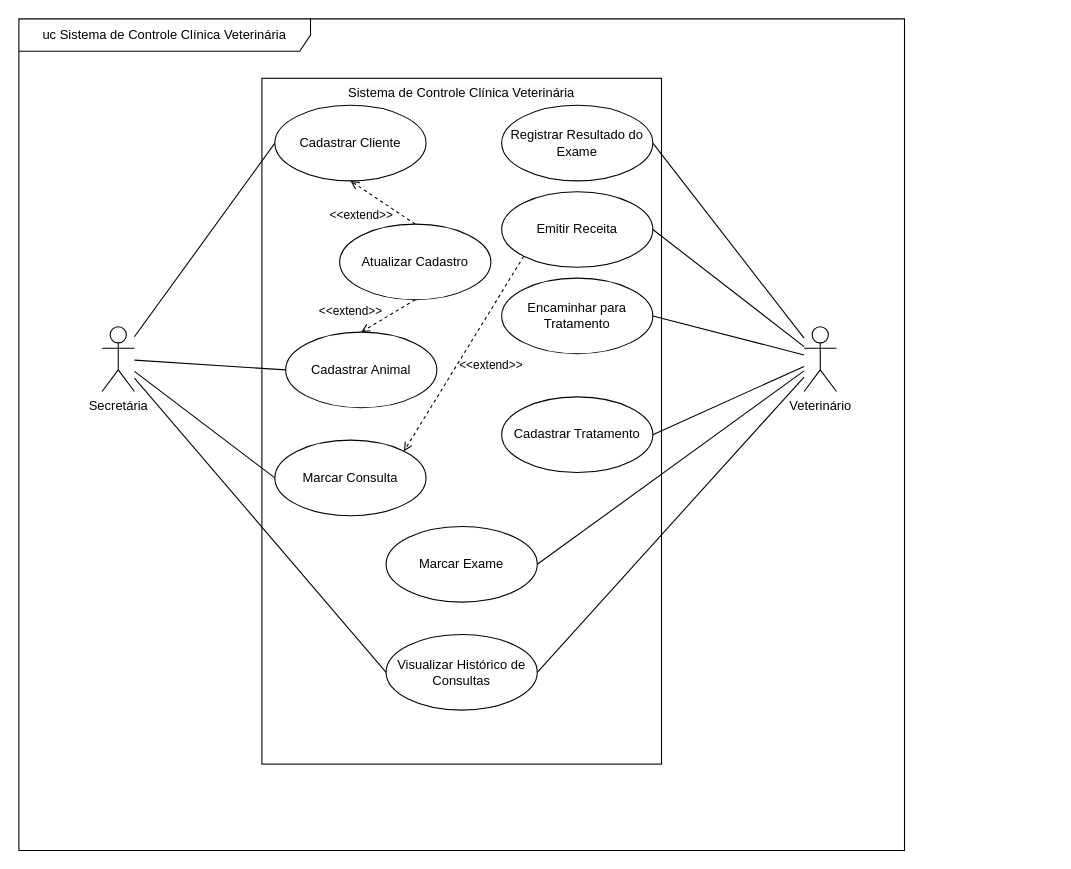
The draw.io diagram UC-Clinica-Veterinária(PDS).drawio in Beneilton-Martins/Sistema-de-Controle-de-Cl-nica-Veterin-ria, before the edit. Source tidied: cells renumbered, new cells numbered last; positions are measured from the earlier drawing's top-left corner, leaving out a move shared by most shapes. Both pictures are drawn from the tidied source at 108%, with x=0, y=0 at pixel (18, 18).
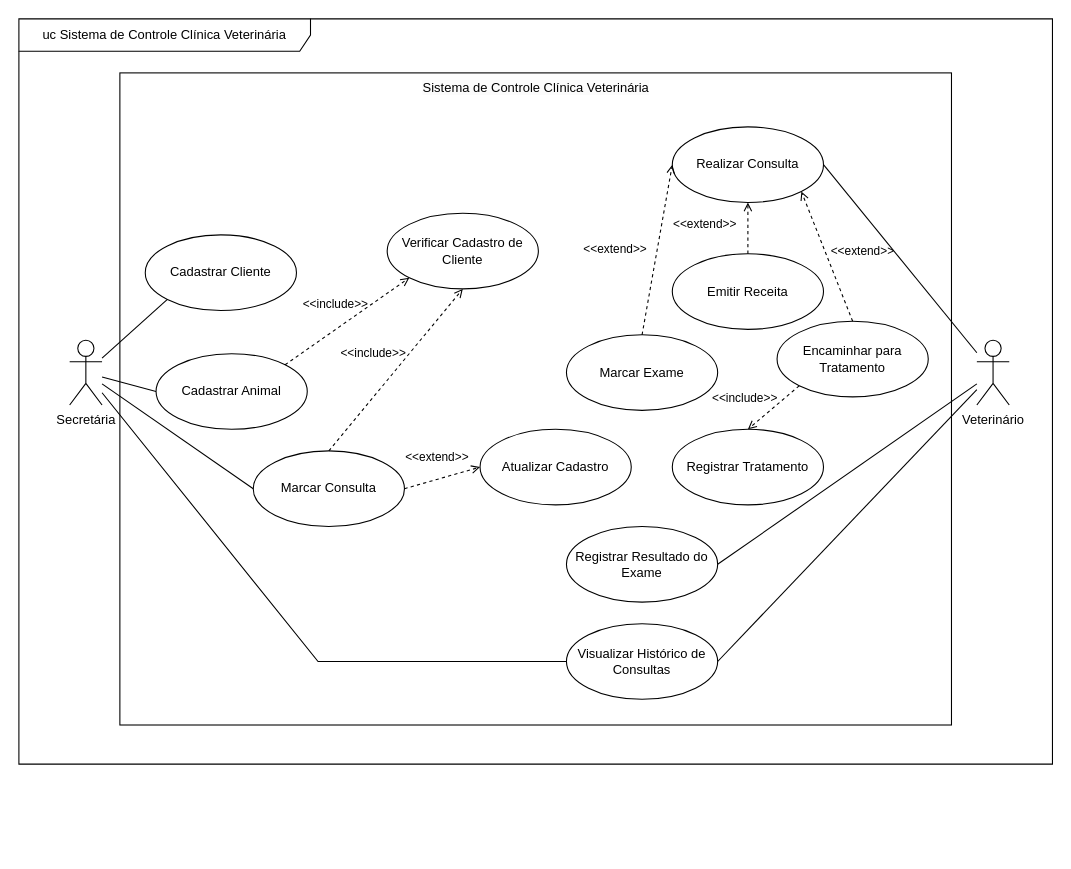
The same diagram, later.

What changed in the source:
```diff
@@
     <mxCell id="2" value="&lt;span style=&quot;color: rgb(0, 0, 0); font-family: Helvetica; font-size: 12px; font-style: normal; font-variant-ligatures: normal; font-variant-caps: normal; font-weight: 400; letter-spacing: normal; orphans: 2; text-align: center; text-indent: 0px; text-transform: none; widows: 2; word-spacing: 0px; -webkit-text-stroke-width: 0px; background-color: rgb(251, 251, 251); text-decoration-thickness: initial; text-decoration-style: initial; text-decoration-color: initial; float: none; display: inline !important;&quot;&gt;Sistema de Controle Clínica Veterinária&lt;/span&gt;" style="html=1;whiteSpace=wrap;align=center;verticalAlign=top;" parent="1" vertex="1">
-      <mxGeometry x="225" y="55" width="370" height="635" as="geometry" />
+      <mxGeometry x="93.5" y="50" width="770" height="603.8" as="geometry" />
     </mxCell>
     <mxCell id="3" value="Veterinário" style="shape=umlActor;verticalLabelPosition=bottom;verticalAlign=top;html=1;" parent="1" vertex="1">
-      <mxGeometry x="727" y="285" width="30" height="60" as="geometry" />
+      <mxGeometry x="887" y="297.5" width="30" height="60" as="geometry" />
     </mxCell>
@@
     <mxCell id="5" value="Cadastrar Animal" style="ellipse;whiteSpace=wrap;html=1;" parent="1" vertex="1">
-      <mxGeometry x="247" y="290" width="140" height="70" as="geometry" />
+      <mxGeometry x="127" y="310" width="140" height="70" as="geometry" />
     </mxCell>
     <mxCell id="6" value="uc Sistema de Controle Clínica Veterinária" style="shape=umlFrame;whiteSpace=wrap;html=1;width=270;height=30;" parent="1" vertex="1">
-      <mxGeometry width="820" height="770" as="geometry" />
+      <mxGeometry width="957" height="690" as="geometry" />
     </mxCell>
     <mxCell id="7" value="Secretária" style="shape=umlActor;verticalLabelPosition=bottom;verticalAlign=top;html=1;" parent="1" vertex="1">
-      <mxGeometry x="77" y="285" width="30" height="60" as="geometry" />
+      <mxGeometry x="47" y="297.5" width="30" height="60" as="geometry" />
     </mxCell>
     <mxCell id="8" value="Atualizar Cadastro" style="ellipse;whiteSpace=wrap;html=1;verticalAlign=middle;" parent="1" vertex="1">
-      <mxGeometry x="297" y="190" width="140" height="70" as="geometry" />
+      <mxGeometry x="427" y="380" width="140" height="70" as="geometry" />
     </mxCell>
-    <mxCell id="9" style="rounded=0;jettySize=auto;html=1;exitX=0;exitY=0.5;exitDx=0;exitDy=0;endArrow=none;endFill=0;" parent="1" edge="1" source="10" target="7">
+    <mxCell id="9" style="rounded=0;jettySize=auto;html=1;exitX=0;exitY=1;exitDx=0;exitDy=0;endArrow=none;endFill=0;" parent="1" edge="1" source="10" target="7">
       <mxGeometry relative="1" as="geometry" />
     </mxCell>
     <mxCell id="10" value="Cadastrar Cliente" style="ellipse;whiteSpace=wrap;html=1;" parent="1" vertex="1">
-      <mxGeometry x="237" y="80" width="140" height="70" as="geometry" />
+      <mxGeometry x="117" y="200" width="140" height="70" as="geometry" />
     </mxCell>
     <mxCell id="11" value="Marcar Consulta" style="ellipse;whiteSpace=wrap;html=1;" parent="1" vertex="1">
-      <mxGeometry x="237" y="390" width="140" height="70" as="geometry" />
+      <mxGeometry x="217" y="400" width="140" height="70" as="geometry" />
     </mxCell>
-    <mxCell id="12" style="rounded=0;jettySize=auto;html=1;exitX=1;exitY=0.5;exitDx=0;exitDy=0;endArrow=none;endFill=0;" parent="1" edge="1" source="13" target="3">
-      <mxGeometry relative="1" as="geometry" />
-    </mxCell>
     <mxCell id="13" value="Marcar Exame" style="ellipse;whiteSpace=wrap;html=1;" parent="1" vertex="1">
-      <mxGeometry x="340" y="470" width="140" height="70" as="geometry" />
+      <mxGeometry x="507" y="292.5" width="140" height="70" as="geometry" />
     </mxCell>
@@
     <mxCell id="15" value="Registrar Resultado do Exame" style="ellipse;whiteSpace=wrap;html=1;" parent="1" vertex="1">
-      <mxGeometry x="447" y="80" width="140" height="70" as="geometry" />
+      <mxGeometry x="507" y="470" width="140" height="70" as="geometry" />
     </mxCell>
-    <mxCell id="16" style="rounded=0;jettySize=auto;html=1;exitX=1;exitY=0.5;exitDx=0;exitDy=0;endArrow=none;endFill=0;" parent="1" edge="1" source="17" target="3">
-      <mxGeometry relative="1" as="geometry" />
-    </mxCell>
     <mxCell id="17" value="Emitir Receita" style="ellipse;whiteSpace=wrap;html=1;" parent="1" vertex="1">
-      <mxGeometry x="447" y="160" width="140" height="70" as="geometry" />
+      <mxGeometry x="605" y="217.5" width="140" height="70" as="geometry" />
     </mxCell>
-    <mxCell id="18" style="rounded=0;jettySize=auto;html=1;exitX=1;exitY=0.5;exitDx=0;exitDy=0;endArrow=none;endFill=0;" parent="1" edge="1" source="19" target="3">
-      <mxGeometry relative="1" as="geometry" />
-    </mxCell>
     <mxCell id="19" value="Encaminhar para Tratamento" style="ellipse;whiteSpace=wrap;html=1;" parent="1" vertex="1">
-      <mxGeometry x="447" y="240" width="140" height="70" as="geometry" />
+      <mxGeometry x="702" y="280" width="140" height="70" as="geometry" />
     </mxCell>
-    <mxCell id="20" style="rounded=0;jettySize=auto;html=1;exitX=1;exitY=0.5;exitDx=0;exitDy=0;endArrow=none;endFill=0;" parent="1" edge="1" source="21" target="3">
-      <mxGeometry relative="1" as="geometry" />
-    </mxCell>
-    <mxCell id="21" value="Cadastrar Tratamento" style="ellipse;whiteSpace=wrap;html=1;" parent="1" vertex="1">
-      <mxGeometry x="447" y="350" width="140" height="70" as="geometry" />
-    </mxCell>
     <mxCell id="22" style="rounded=0;jettySize=auto;html=1;exitX=0;exitY=0.5;exitDx=0;exitDy=0;endArrow=none;endFill=0;" parent="1" edge="1" source="24" target="7">
-      <mxGeometry relative="1" as="geometry" />
+      <mxGeometry relative="1" as="geometry">
+        <Array as="points">
+          <mxPoint x="277" y="595" />
+        </Array>
+      </mxGeometry>
     </mxCell>
@@
     <mxCell id="24" value="Visualizar Histórico de Consultas" style="ellipse;whiteSpace=wrap;html=1;" parent="1" vertex="1">
-      <mxGeometry x="340" y="570" width="140" height="70" as="geometry" />
+      <mxGeometry x="507" y="560" width="140" height="70" as="geometry" />
     </mxCell>
@@
-    <mxCell id="26" value="&amp;lt;&amp;lt;extend&amp;gt;&amp;gt;" style="html=1;verticalAlign=bottom;labelBackgroundColor=none;endArrow=open;endFill=0;dashed=1;rounded=0;exitX=0;exitY=1;exitDx=0;exitDy=0;entryX=1;entryY=0;entryDx=0;entryDy=0;" parent="1" edge="1" source="17" target="11">
-      <mxGeometry x="0.04" y="32" relative="1" as="geometry" />
+    <mxCell id="26" value="&amp;lt;&amp;lt;extend&amp;gt;&amp;gt;" style="html=1;verticalAlign=bottom;labelBackgroundColor=none;endArrow=open;endFill=0;dashed=1;rounded=0;exitX=0.5;exitY=0;exitDx=0;exitDy=0;entryX=0.5;entryY=1;entryDx=0;entryDy=0;" parent="1" edge="1" source="17" target="30">
+      <mxGeometry x="-0.2" y="40" relative="1" as="geometry" />
     </mxCell>
-    <mxCell id="27" value="&amp;lt;&amp;lt;extend&amp;gt;&amp;gt;" style="html=1;verticalAlign=bottom;labelBackgroundColor=none;endArrow=open;endFill=0;dashed=1;rounded=0;entryX=0.5;entryY=1;entryDx=0;entryDy=0;exitX=0.5;exitY=0;exitDx=0;exitDy=0;" parent="1" edge="1" source="8" target="10">
-      <mxGeometry x="0.15" y="28" relative="1" as="geometry" />
-    </mxCell>
-    <mxCell id="28" value="&amp;lt;&amp;lt;extend&amp;gt;&amp;gt;" style="html=1;verticalAlign=bottom;labelBackgroundColor=none;endArrow=open;endFill=0;dashed=1;rounded=0;entryX=0.5;entryY=0;entryDx=0;entryDy=0;exitX=0.5;exitY=1;exitDx=0;exitDy=0;" parent="1" edge="1" source="8" target="5">
-      <mxGeometry x="1" y="-14" relative="1" as="geometry">
-        <mxPoint x="-3" y="2" as="offset" />
-      </mxGeometry>
-    </mxCell>
+    <mxCell id="29" style="rounded=0;jettySize=auto;html=1;exitX=1;exitY=0.5;exitDx=0;exitDy=0;endArrow=none;endFill=0;" parent="1" edge="1" source="30" target="3">
+      <mxGeometry relative="1" as="geometry" />
+    </mxCell>
+    <mxCell id="30" value="Realizar Consulta" style="ellipse;whiteSpace=wrap;html=1;" parent="1" vertex="1">
+      <mxGeometry x="605" y="100" width="140" height="70" as="geometry" />
+    </mxCell>
+    <mxCell id="31" value="&amp;lt;&amp;lt;extend&amp;gt;&amp;gt;" style="html=1;verticalAlign=bottom;labelBackgroundColor=none;endArrow=open;endFill=0;dashed=1;rounded=0;entryX=0;entryY=0.5;entryDx=0;entryDy=0;exitX=0.5;exitY=0;exitDx=0;exitDy=0;" parent="1" edge="1" source="13" target="30">
+      <mxGeometry x="-0.2" y="37" relative="1" as="geometry">
+        <mxPoint y="-1" as="offset" />
+      </mxGeometry>
+    </mxCell>
+    <mxCell id="32" value="&amp;lt;&amp;lt;extend&amp;gt;&amp;gt;" style="html=1;verticalAlign=bottom;labelBackgroundColor=none;endArrow=open;endFill=0;dashed=1;rounded=0;exitX=0.5;exitY=0;exitDx=0;exitDy=0;entryX=1;entryY=1;entryDx=0;entryDy=0;" parent="1" edge="1" source="19" target="30">
+      <mxGeometry x="-0.26" y="-29" relative="1" as="geometry">
+        <mxPoint y="-1" as="offset" />
+      </mxGeometry>
+    </mxCell>
+    <mxCell id="33" value="Registrar Tratamento" style="ellipse;whiteSpace=wrap;html=1;" parent="1" vertex="1">
+      <mxGeometry x="605" y="380" width="140" height="70" as="geometry" />
+    </mxCell>
+    <mxCell id="34" value="&amp;lt;&amp;lt;include&amp;gt;&amp;gt;" style="html=1;verticalAlign=bottom;labelBackgroundColor=none;endArrow=open;endFill=0;dashed=1;rounded=0;exitX=0;exitY=1;exitDx=0;exitDy=0;entryX=0.5;entryY=0;entryDx=0;entryDy=0;" parent="1" edge="1" source="19" target="33">
+      <mxGeometry x="0.66" y="-17" relative="1" as="geometry" />
+    </mxCell>
+    <mxCell id="35" value="&amp;lt;&amp;lt;include&amp;gt;&amp;gt;" style="html=1;verticalAlign=bottom;labelBackgroundColor=none;endArrow=open;endFill=0;dashed=1;rounded=0;entryX=0;entryY=1;entryDx=0;entryDy=0;exitX=1;exitY=0;exitDx=0;exitDy=0;" parent="1" edge="1" source="5" target="36">
+      <mxGeometry x="-0.08" y="12" relative="1" as="geometry" />
+    </mxCell>
+    <mxCell id="36" value="Verificar Cadastro de Cliente" style="ellipse;whiteSpace=wrap;html=1;" parent="1" vertex="1">
+      <mxGeometry x="341" y="180" width="140" height="70" as="geometry" />
+    </mxCell>
+    <mxCell id="37" value="&amp;lt;&amp;lt;include&amp;gt;&amp;gt;" style="html=1;verticalAlign=bottom;labelBackgroundColor=none;endArrow=open;endFill=0;dashed=1;rounded=0;entryX=0.5;entryY=1;entryDx=0;entryDy=0;exitX=0.5;exitY=0;exitDx=0;exitDy=0;" parent="1" edge="1" source="11" target="36">
+      <mxGeometry x="-0.1" y="20" relative="1" as="geometry" />
+    </mxCell>
+    <mxCell id="38" value="&amp;lt;&amp;lt;extend&amp;gt;&amp;gt;" style="html=1;verticalAlign=bottom;labelBackgroundColor=none;endArrow=open;endFill=0;dashed=1;rounded=0;entryX=0;entryY=0.5;entryDx=0;entryDy=0;exitX=1;exitY=0.5;exitDx=0;exitDy=0;" parent="1" edge="1" source="11" target="8">
+      <mxGeometry x="-0.06" y="11" relative="1" as="geometry" />
+    </mxCell>
```
